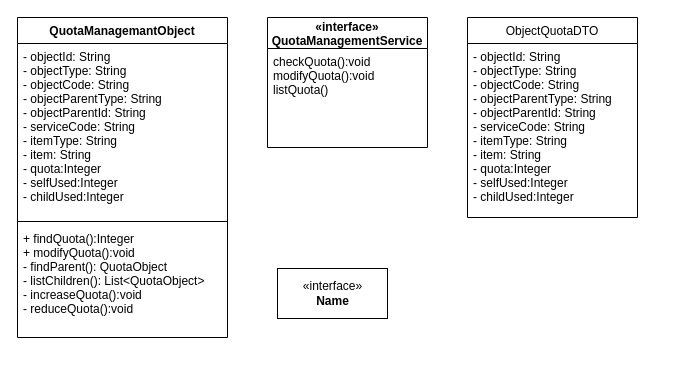
The draw.io diagram Untitled Diagram.drawio in Darren0829/draw.io, before the edit. Source tidied: cells renumbered, new cells numbered last; positions are measured from the earlier drawing's top-left corner, leaving out a move shared by most shapes. Both pictures are drawn from the tidied source at 100%, with x=0, y=0 at pixel (17, 17).
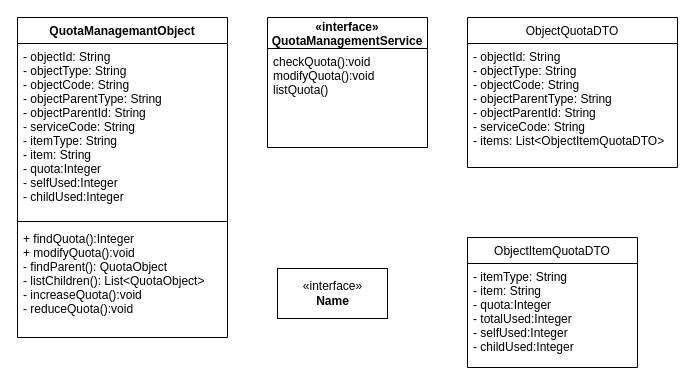
Above is the later version.

Diff of the diagram source:
```diff
@@
 <mxGraphModel>
   <root>
     <mxCell id="0" />
     <mxCell id="1" parent="0" />
     <mxCell id="2" value="QuotaManagemantObject" style="swimlane;fontStyle=1;align=center;verticalAlign=top;horizontal=1;startSize=26;" parent="1" vertex="1">
       <mxGeometry width="210" height="320" as="geometry" />
     </mxCell>
     <mxCell id="3" value="- objectId: String&#10;- objectType: String&#10;- objectCode: String&#10;- objectParentType: String&#10;- objectParentId: String&#10;- serviceCode: String&#10;- itemType: String&#10;- item: String&#10;- quota:Integer&#10;- selfUsed:Integer&#10;- childUsed:Integer" style="text;strokeColor=none;fillColor=none;align=left;verticalAlign=top;spacingLeft=4;spacingRight=4;overflow=hidden;" parent="2" vertex="1">
       <mxGeometry y="26" width="210" height="174" as="geometry" />
     </mxCell>
     <mxCell id="4" style="line;strokeWidth=1;fillColor=none;align=left;verticalAlign=middle;spacingTop=-1;spacingLeft=3;spacingRight=3;labelPosition=right;" parent="2" vertex="1">
       <mxGeometry y="200" width="210" height="8" as="geometry" />
     </mxCell>
     <mxCell id="5" value="+ findQuota():Integer&#10;+ modifyQuota():void&#10;- findParent(): QuotaObject&#10;- listChildren(): List&lt;QuotaObject&gt;&#10;- increaseQuota():void&#10;- reduceQuota():void" style="text;strokeColor=none;fillColor=none;align=left;verticalAlign=top;spacingLeft=4;spacingRight=4;overflow=hidden;" parent="2" vertex="1">
       <mxGeometry y="208" width="210" height="112" as="geometry" />
     </mxCell>
     <mxCell id="6" value="&amp;laquo;interface&amp;raquo;&lt;br&gt;&lt;b&gt;Name&lt;/b&gt;" style="html=1;" parent="1" vertex="1">
       <mxGeometry x="260" y="251" width="110" height="50" as="geometry" />
     </mxCell>
     <mxCell id="7" value="«interface»&#10;QuotaManagementService" style="swimlane;fontStyle=1;horizontal=1;startSize=31;fillColor=none;" parent="1" vertex="1">
       <mxGeometry x="250" width="160" height="130" as="geometry" />
     </mxCell>
     <mxCell id="8" value="checkQuota():void&#10;modifyQuota():void&#10;listQuota()" style="text;strokeColor=none;fillColor=none;align=left;verticalAlign=top;spacingLeft=4;spacingRight=4;overflow=hidden;" parent="7" vertex="1">
       <mxGeometry y="31" width="160" height="99" as="geometry" />
     </mxCell>
     <mxCell id="9" value="ObjectQuotaDTO" style="swimlane;fontStyle=0;horizontal=1;startSize=26;fillColor=none;" parent="1" vertex="1">
-      <mxGeometry x="450" width="170" height="200" as="geometry" />
+      <mxGeometry x="450" width="210" height="150" as="geometry" />
     </mxCell>
-    <mxCell id="10" value="- objectId: String&#10;- objectType: String&#10;- objectCode: String&#10;- objectParentType: String&#10;- objectParentId: String&#10;- serviceCode: String&#10;- itemType: String&#10;- item: String&#10;- quota:Integer&#10;- selfUsed:Integer&#10;- childUsed:Integer" style="text;strokeColor=none;fillColor=none;align=left;verticalAlign=top;spacingLeft=4;spacingRight=4;overflow=hidden;" parent="9" vertex="1">
-      <mxGeometry y="26" width="170" height="174" as="geometry" />
+    <mxCell id="10" value="- objectId: String&#10;- objectType: String&#10;- objectCode: String&#10;- objectParentType: String&#10;- objectParentId: String&#10;- serviceCode: String&#10;- items: List&lt;ObjectItemQuotaDTO&gt;" style="text;strokeColor=none;fillColor=none;align=left;verticalAlign=top;spacingLeft=4;spacingRight=4;overflow=hidden;" parent="9" vertex="1">
+      <mxGeometry y="26" width="210" height="124" as="geometry" />
     </mxCell>
+    <mxCell id="11" value="ObjectItemQuotaDTO" style="swimlane;fontStyle=0;horizontal=1;startSize=26;fillColor=none;" parent="1" vertex="1">
+      <mxGeometry x="450" y="220" width="170" height="130" as="geometry" />
+    </mxCell>
+    <mxCell id="12" value="- itemType: String&#10;- item: String&#10;- quota:Integer&#10;- totalUsed:Integer&#10;- selfUsed:Integer&#10;- childUsed:Integer" style="text;strokeColor=none;fillColor=none;align=left;verticalAlign=top;spacingLeft=4;spacingRight=4;overflow=hidden;" parent="11" vertex="1">
+      <mxGeometry y="26" width="170" height="104" as="geometry" />
+    </mxCell>
   </root>
 </mxGraphModel>
```
